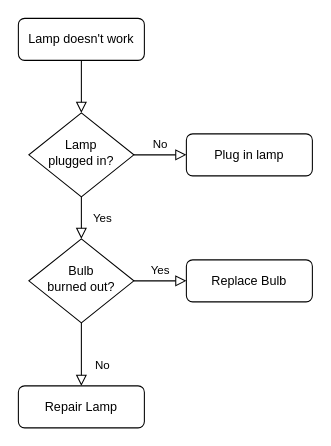
Earlier version of the draw.io diagram 未命名绘图.drawio (zhouyinuo1998/ZoneN). Source tidied: cells renumbered, new cells numbered last; positions are measured from the earlier drawing's top-left corner, leaving out a move shared by most shapes. Both pictures are drawn from the tidied source at 105%, with x=0, y=0 at pixel (18, 18).
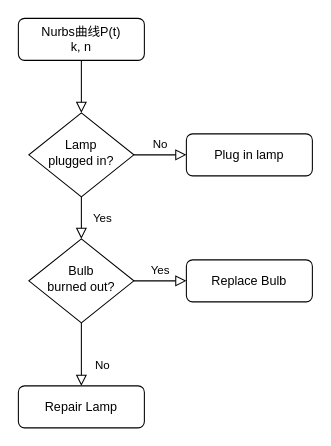
The same diagram, later.

Diff of the diagram source:
```diff
@@
 <mxGraphModel>
   <root>
     <mxCell id="0" />
     <mxCell id="1" parent="0" />
     <mxCell id="2" style="rounded=0;html=1;jettySize=auto;fontSize=11;endArrow=block;endFill=0;endSize=8;strokeWidth=1;shadow=0;labelBackgroundColor=none;edgeStyle=orthogonalEdgeStyle;" parent="1" edge="1" source="3" target="6">
       <mxGeometry relative="1" as="geometry" />
     </mxCell>
-    <mxCell id="3" value="Lamp doesn't work" style="rounded=1;whiteSpace=wrap;html=1;fontSize=12;glass=0;strokeWidth=1;shadow=0;" parent="1" vertex="1">
+    <mxCell id="3" value="Nurbs曲线P(t)&lt;br&gt;k, n" style="rounded=1;whiteSpace=wrap;html=1;fontSize=12;glass=0;strokeWidth=1;shadow=0;" parent="1" vertex="1">
       <mxGeometry width="120" height="40" as="geometry" />
     </mxCell>
     <mxCell id="4" value="Yes" style="rounded=0;html=1;jettySize=auto;fontSize=11;endArrow=block;endFill=0;endSize=8;strokeWidth=1;shadow=0;labelBackgroundColor=none;edgeStyle=orthogonalEdgeStyle;" parent="1" edge="1" source="6" target="10">
       <mxGeometry y="20" relative="1" as="geometry" />
     </mxCell>
     <mxCell id="5" value="No" style="edgeStyle=orthogonalEdgeStyle;rounded=0;html=1;jettySize=auto;fontSize=11;endArrow=block;endFill=0;endSize=8;strokeWidth=1;shadow=0;labelBackgroundColor=none;" parent="1" edge="1" source="6" target="7">
       <mxGeometry y="10" relative="1" as="geometry" />
     </mxCell>
     <mxCell id="6" value="Lamp&lt;br&gt;plugged in?" style="rhombus;whiteSpace=wrap;html=1;shadow=0;fontFamily=Helvetica;fontSize=12;align=center;strokeWidth=1;spacing=6;spacingTop=-4;" parent="1" vertex="1">
       <mxGeometry x="10" y="90" width="100" height="80" as="geometry" />
     </mxCell>
     <mxCell id="7" value="Plug in lamp" style="rounded=1;whiteSpace=wrap;html=1;fontSize=12;glass=0;strokeWidth=1;shadow=0;" parent="1" vertex="1">
       <mxGeometry x="160" y="110" width="120" height="40" as="geometry" />
     </mxCell>
     <mxCell id="8" value="No" style="rounded=0;html=1;jettySize=auto;fontSize=11;endArrow=block;endFill=0;endSize=8;strokeWidth=1;shadow=0;labelBackgroundColor=none;edgeStyle=orthogonalEdgeStyle;" parent="1" edge="1" source="10" target="11">
       <mxGeometry x="0.33" y="20" relative="1" as="geometry" />
     </mxCell>
     <mxCell id="9" value="Yes" style="edgeStyle=orthogonalEdgeStyle;rounded=0;html=1;jettySize=auto;fontSize=11;endArrow=block;endFill=0;endSize=8;strokeWidth=1;shadow=0;labelBackgroundColor=none;" parent="1" edge="1" source="10" target="12">
       <mxGeometry y="10" relative="1" as="geometry" />
     </mxCell>
     <mxCell id="10" value="Bulb&lt;br&gt;burned out?" style="rhombus;whiteSpace=wrap;html=1;shadow=0;fontFamily=Helvetica;fontSize=12;align=center;strokeWidth=1;spacing=6;spacingTop=-4;" parent="1" vertex="1">
       <mxGeometry x="10" y="210" width="100" height="80" as="geometry" />
     </mxCell>
     <mxCell id="11" value="Repair Lamp" style="rounded=1;whiteSpace=wrap;html=1;fontSize=12;glass=0;strokeWidth=1;shadow=0;" parent="1" vertex="1">
       <mxGeometry y="350" width="120" height="40" as="geometry" />
     </mxCell>
     <mxCell id="12" value="Replace Bulb" style="rounded=1;whiteSpace=wrap;html=1;fontSize=12;glass=0;strokeWidth=1;shadow=0;" parent="1" vertex="1">
       <mxGeometry x="160" y="230" width="120" height="40" as="geometry" />
     </mxCell>
   </root>
 </mxGraphModel>
```
